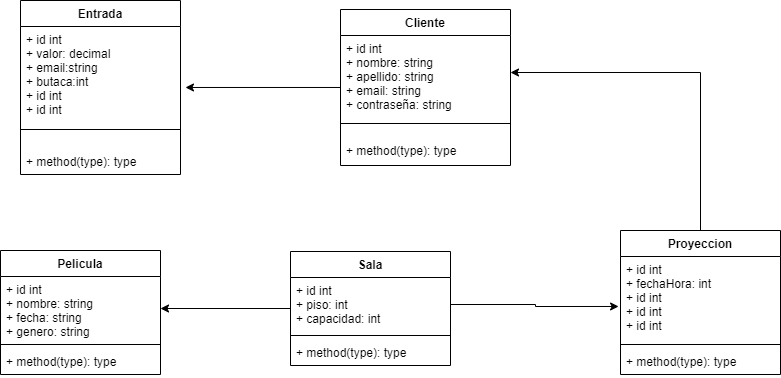
alex171615/5to7maCine keeps this draw.io diagram as docs/diagrama.drawio.png. Above is the earlier version. Source tidied: cells renumbered, new cells last; positions are measured from the earlier drawing's top-left corner, leaving out a move shared by most shapes.
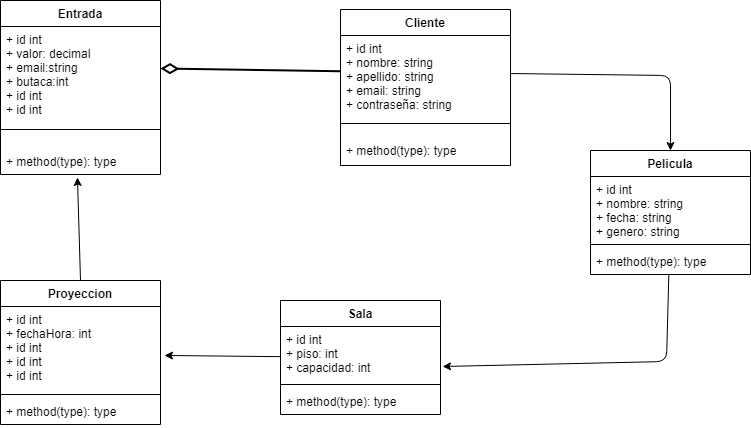
The same file after the commit.

The edit, as a diff of the source:
```diff
@@ -2,11 +2,8 @@
   <root>
     <mxCell id="0" />
     <mxCell id="1" parent="0" />
-    <mxCell id="2" style="edgeStyle=orthogonalEdgeStyle;rounded=0;jettySize=auto;html=1;entryX=1.031;entryY=0.726;entryDx=0;entryDy=0;entryPerimeter=0;" parent="1" edge="1" source="3" target="8">
-      <mxGeometry relative="1" as="geometry" />
-    </mxCell>
     <mxCell id="3" value="Cliente" style="swimlane;fontStyle=1;align=center;verticalAlign=top;horizontal=1;startSize=26;" parent="1" vertex="1">
-      <mxGeometry x="340" y="9" width="170" height="156" as="geometry" />
+      <mxGeometry x="360" y="9" width="170" height="156" as="geometry" />
     </mxCell>
     <mxCell id="4" value="+ id int&#10;+ nombre: string&#10;+ apellido: string&#10;+ email: string&#10;+ contraseña: string" style="text;strokeColor=none;fillColor=none;align=left;verticalAlign=top;spacingLeft=4;spacingRight=4;overflow=hidden;points=[[0,0.5],[1,0.5]];portConstraint=eastwest;" parent="3" vertex="1">
       <mxGeometry y="26" width="170" height="74" as="geometry" />
@@ -29,11 +26,11 @@
     <mxCell id="10" value="+ method(type): type" style="text;strokeColor=none;fillColor=none;align=left;verticalAlign=top;spacingLeft=4;spacingRight=4;overflow=hidden;points=[[0,0.5],[1,0.5]];portConstraint=eastwest;" parent="7" vertex="1">
       <mxGeometry y="148" width="160" height="26" as="geometry" />
     </mxCell>
-    <mxCell id="11" style="edgeStyle=orthogonalEdgeStyle;rounded=0;jettySize=auto;html=1;entryX=1;entryY=0.5;entryDx=0;entryDy=0;" parent="1" edge="1" source="12" target="22">
-      <mxGeometry relative="1" as="geometry" />
-    </mxCell>
+    <mxCell id="26" style="edgeStyle=none;html=1;entryX=1.025;entryY=0.583;entryDx=0;entryDy=0;entryPerimeter=0;" parent="1" edge="1" source="12" target="18">
+      <mxGeometry relative="1" as="geometry" />
+    </mxCell>
     <mxCell id="12" value="Sala" style="swimlane;fontStyle=1;align=center;verticalAlign=top;horizontal=1;startSize=26;" parent="1" vertex="1">
-      <mxGeometry x="290" y="251" width="160" height="114" as="geometry" />
+      <mxGeometry x="300" y="300" width="160" height="114" as="geometry" />
     </mxCell>
     <mxCell id="13" value="+ id int &#10;+ piso: int&#10;+ capacidad: int " style="text;strokeColor=none;fillColor=none;align=left;verticalAlign=top;spacingLeft=4;spacingRight=4;overflow=hidden;points=[[0,0.5],[1,0.5]];portConstraint=eastwest;" parent="12" vertex="1">
       <mxGeometry y="26" width="160" height="54" as="geometry" />
@@ -44,11 +41,11 @@
     <mxCell id="15" value="+ method(type): type" style="text;strokeColor=none;fillColor=none;align=left;verticalAlign=top;spacingLeft=4;spacingRight=4;overflow=hidden;" parent="12" vertex="1">
       <mxGeometry y="88" width="160" height="26" as="geometry" />
     </mxCell>
-    <mxCell id="16" style="edgeStyle=orthogonalEdgeStyle;rounded=0;jettySize=auto;html=1;entryX=1;entryY=0.5;entryDx=0;entryDy=0;" parent="1" edge="1" source="17" target="4">
-      <mxGeometry relative="1" as="geometry" />
-    </mxCell>
+    <mxCell id="27" style="edgeStyle=none;html=1;exitX=0.5;exitY=0;exitDx=0;exitDy=0;entryX=0.481;entryY=1.115;entryDx=0;entryDy=0;entryPerimeter=0;" parent="1" edge="1" source="17" target="10">
+      <mxGeometry relative="1" as="geometry" />
+    </mxCell>
     <mxCell id="17" value="Proyeccion" style="swimlane;fontStyle=1;align=center;verticalAlign=top;horizontal=1;startSize=26;" parent="1" vertex="1">
-      <mxGeometry x="620" y="230" width="160" height="144" as="geometry" />
+      <mxGeometry x="20" y="280" width="160" height="144" as="geometry" />
     </mxCell>
     <mxCell id="18" value="+ id int&#10;+ fechaHora: int &#10;+ id int&#10;+ id int&#10;+ id int" style="text;strokeColor=none;fillColor=none;align=left;verticalAlign=top;spacingLeft=4;spacingRight=4;overflow=hidden;points=[[0,0.5],[1,0.5]];portConstraint=eastwest;" parent="17" vertex="1">
       <mxGeometry y="26" width="160" height="84" as="geometry" />
@@ -59,8 +56,15 @@
     <mxCell id="20" value="+ method(type): type" style="text;strokeColor=none;fillColor=none;align=left;verticalAlign=top;spacingLeft=4;spacingRight=4;overflow=hidden;" parent="17" vertex="1">
       <mxGeometry y="118" width="160" height="26" as="geometry" />
     </mxCell>
+    <mxCell id="28" style="edgeStyle=none;html=1;entryX=1.013;entryY=0.741;entryDx=0;entryDy=0;entryPerimeter=0;" parent="1" edge="1" source="21" target="13">
+      <mxGeometry relative="1" as="geometry">
+        <Array as="points">
+          <mxPoint x="686" y="361" />
+        </Array>
+      </mxGeometry>
+    </mxCell>
     <mxCell id="21" value="Pelicula" style="swimlane;fontStyle=1;align=center;verticalAlign=top;horizontal=1;startSize=26;" parent="1" vertex="1">
-      <mxGeometry y="250" width="160" height="124" as="geometry" />
+      <mxGeometry x="610" y="150" width="160" height="124" as="geometry" />
     </mxCell>
     <mxCell id="22" value="+ id int&#10;+ nombre: string&#10;+ fecha: string &#10;+ genero: string" style="text;strokeColor=none;fillColor=none;align=left;verticalAlign=top;spacingLeft=4;spacingRight=4;overflow=hidden;points=[[0,0.5],[1,0.5]];portConstraint=eastwest;" parent="21" vertex="1">
       <mxGeometry y="26" width="160" height="64" as="geometry" />
@@ -71,8 +75,15 @@
     <mxCell id="24" value="+ method(type): type" style="text;strokeColor=none;fillColor=none;align=left;verticalAlign=top;spacingLeft=4;spacingRight=4;overflow=hidden;" parent="21" vertex="1">
       <mxGeometry y="98" width="160" height="26" as="geometry" />
     </mxCell>
-    <mxCell id="25" style="edgeStyle=orthogonalEdgeStyle;rounded=0;jettySize=auto;html=1;entryX=-0.012;entryY=0.595;entryDx=0;entryDy=0;entryPerimeter=0;" parent="1" edge="1" source="13" target="18">
-      <mxGeometry relative="1" as="geometry" />
-    </mxCell>
+    <mxCell id="29" style="edgeStyle=none;html=1;entryX=0.5;entryY=0;entryDx=0;entryDy=0;" parent="1" edge="1" source="4" target="21">
+      <mxGeometry relative="1" as="geometry">
+        <Array as="points">
+          <mxPoint x="690" y="75" />
+        </Array>
+      </mxGeometry>
+    </mxCell>
+    <mxCell id="30" style="edgeStyle=none;html=1;entryX=1;entryY=0.5;entryDx=0;entryDy=0;endArrow=diamondThin;endFill=0;strokeWidth=2;jumpSize=7;endSize=13;" parent="1" edge="1" source="4" target="8">
+      <mxGeometry relative="1" as="geometry" />
+    </mxCell>
   </root>
 </mxGraphModel>
```
